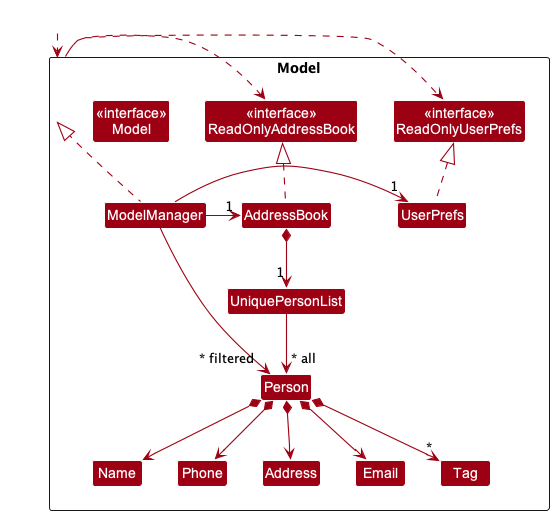
Before: docs/images/ModelClassDiagram.png, a diagram exported from PlantUML (nus-cs2103-AY2223S2/tp).
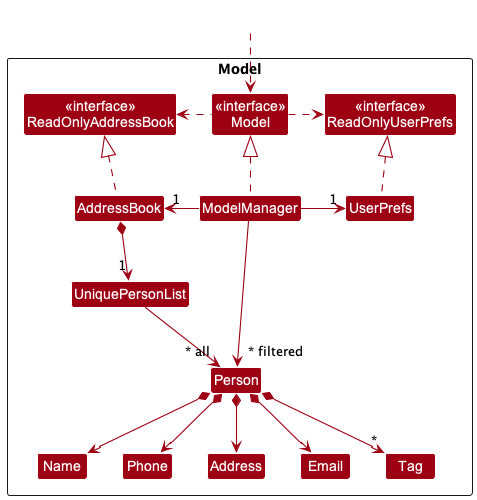
Later version of the same file.

Commit message:
Updated class diagrams for Model

What changed in the source:
```diff
@@ -7,7 +7,7 @@
 Package Model <<Rectangle>>{
 Class "<<interface>>\nReadOnlyAddressBook" as ReadOnlyAddressBook
 Class "<<interface>>\nReadOnlyUserPrefs" as ReadOnlyUserPrefs
-Class "<<interface>>\nModel" as Model
+Class "<<interface>>\nModel" as model
 Class AddressBook
 Class ModelManager
 Class UserPrefs
@@ -23,13 +23,13 @@
 }
 
 Class HiddenOutside #FFFFFF
-HiddenOutside ..> Model
+HiddenOutside ..> model
 
 AddressBook .up.|> ReadOnlyAddressBook
 
-ModelManager .up.|> Model
-Model .right.> ReadOnlyUserPrefs
-Model .left.> ReadOnlyAddressBook
+ModelManager .up.|> model
+model .right.> ReadOnlyUserPrefs
+model .left.> ReadOnlyAddressBook
 ModelManager -left-> "1" AddressBook
 ModelManager -right-> "1" UserPrefs
 UserPrefs .up.|> ReadOnlyUserPrefs
```
